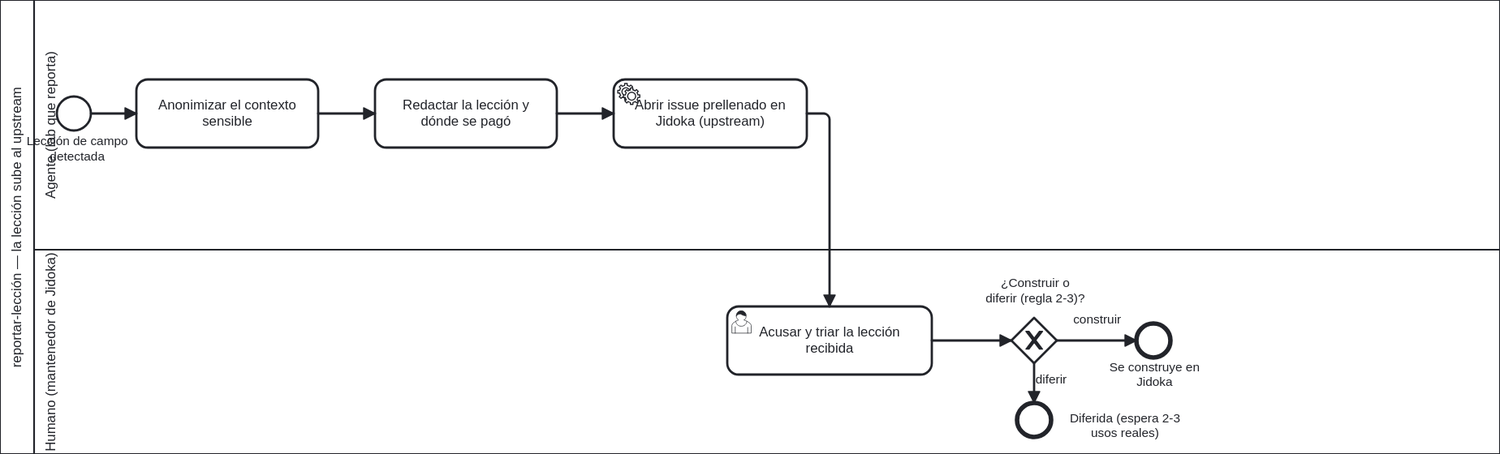
The BPMN diagram docs/atlas/render/44-reportar-leccion-as-is.svg in ArmandoMedina/jidoka, before a commit. Its source is kept beside it as docs/atlas/40-lazo-motor/44-reportar-leccion-as-is.bpmn. Ids are renumbered.
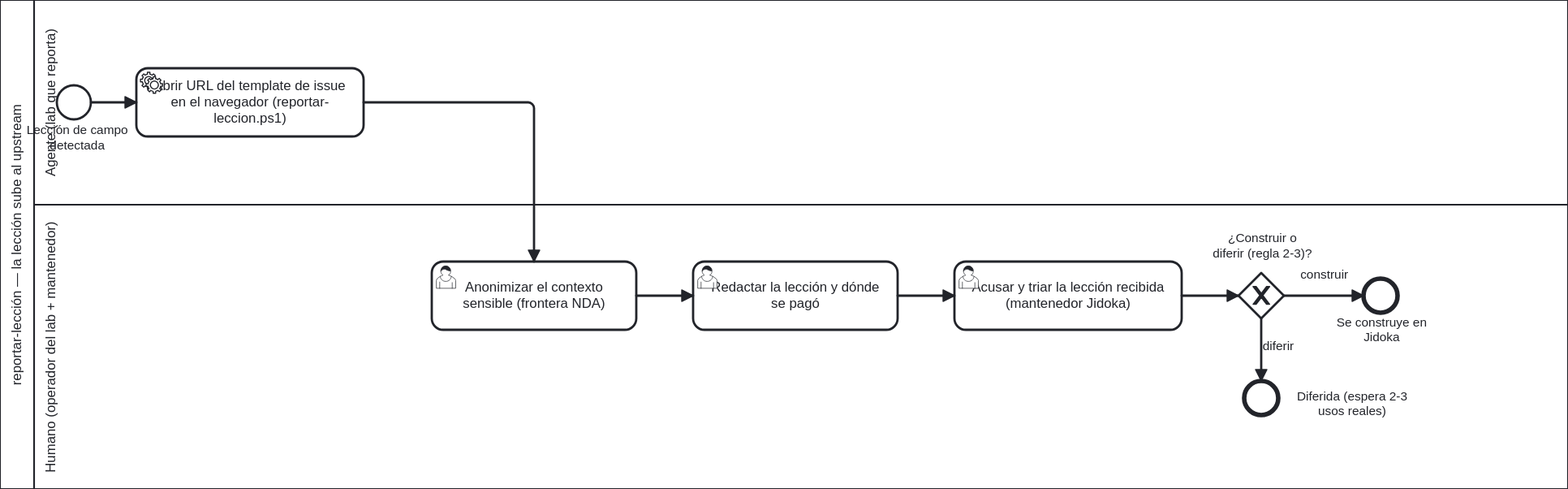
The same file after the commit.

What changed in the source:
```diff
@@ -3,15 +3,15 @@
     <bpmn:participant id="Pool_Leccion" name="reportar-lección — la lección sube al upstream" processRef="Process_ReportarLeccion"/>
   </bpmn:collaboration>
   <bpmn:process id="Process_ReportarLeccion" name="reportar-lección: el lab reporta, el mantenedor decide" isExecutable="false">
-    <bpmn:documentation>Fuente: tools/reportar-leccion.ps1. Carriles: el Agente del lab anonimiza y abre el issue; el Humano mantenedor de Jidoka decide construir o diferir por regla 2-3.</bpmn:documentation>
+    <bpmn:documentation>Fuente: tools/reportar-leccion.ps1. El script SOLO abre la URL del template de issue en el navegador; el Humano hace la escritura (anonimizar, redactar, enviar). El Agente NO redacta ni anonimiza automaticamente.</bpmn:documentation>
     <bpmn:laneSet id="LaneSet_Leccion">
       <bpmn:lane id="Lane_Agente" name="Agente (lab que reporta)">
         <bpmn:flowNodeRef>Start</bpmn:flowNodeRef>
-        <bpmn:flowNodeRef>T_Anonimizar</bpmn:flowNodeRef>
-        <bpmn:flowNodeRef>T_Redactar</bpmn:flowNodeRef>
         <bpmn:flowNodeRef>T_Abrir</bpmn:flowNodeRef>
       </bpmn:lane>
-      <bpmn:lane id="Lane_Humano" name="Humano (mantenedor de Jidoka)">
+      <bpmn:lane id="Lane_Humano" name="Humano (operador del lab + mantenedor)">
+        <bpmn:flowNodeRef>U_Anonimizar</bpmn:flowNodeRef>
+        <bpmn:flowNodeRef>U_Redactar</bpmn:flowNodeRef>
         <bpmn:flowNodeRef>U_Acusar</bpmn:flowNodeRef>
         <bpmn:flowNodeRef>Gw_Acuse</bpmn:flowNodeRef>
         <bpmn:flowNodeRef>End_Construir</bpmn:flowNodeRef>
@@ -21,20 +21,21 @@
     <bpmn:startEvent id="Start" name="Lección de campo detectada">
       <bpmn:outgoing>f1</bpmn:outgoing>
     </bpmn:startEvent>
-    <bpmn:task id="T_Anonimizar" name="Anonimizar el contexto sensible">
+    <bpmn:serviceTask id="T_Abrir" name="Abrir URL del template de issue en el navegador (reportar-leccion.ps1)">
+      <bpmn:documentation>El script solo llama Start-Process con la URL prellenada. El humano hace todo lo demas (anonimizar, redactar, enviar).</bpmn:documentation>
       <bpmn:incoming>f1</bpmn:incoming>
       <bpmn:outgoing>f2</bpmn:outgoing>
-    </bpmn:task>
-    <bpmn:task id="T_Redactar" name="Redactar la lección y dónde se pagó">
+    </bpmn:serviceTask>
+    <bpmn:userTask id="U_Anonimizar" name="Anonimizar el contexto sensible (frontera NDA)">
       <bpmn:incoming>f2</bpmn:incoming>
       <bpmn:outgoing>f3</bpmn:outgoing>
-    </bpmn:task>
-    <bpmn:serviceTask id="T_Abrir" name="Abrir issue prellenado en Jidoka (upstream)">
+    </bpmn:userTask>
+    <bpmn:userTask id="U_Redactar" name="Redactar la lección y dónde se pagó">
       <bpmn:incoming>f3</bpmn:incoming>
-      <bpmn:outgoing>f_abrir_ac</bpmn:outgoing>
-    </bpmn:serviceTask>
-    <bpmn:userTask id="U_Acusar" name="Acusar y triar la lección recibida">
-      <bpmn:incoming>f_abrir_ac</bpmn:incoming>
+      <bpmn:outgoing>f4</bpmn:outgoing>
+    </bpmn:userTask>
+    <bpmn:userTask id="U_Acusar" name="Acusar y triar la lección recibida (mantenedor Jidoka)">
+      <bpmn:incoming>f4</bpmn:incoming>
       <bpmn:outgoing>f_ac_gw</bpmn:outgoing>
     </bpmn:userTask>
     <bpmn:exclusiveGateway id="Gw_Acuse" name="¿Construir o diferir (regla 2-3)?">
@@ -48,10 +49,10 @@
     <bpmn:endEvent id="End_Diferir" name="Diferida (espera 2-3 usos reales)">
       <bpmn:incoming>f_diferir</bpmn:incoming>
     </bpmn:endEvent>
-    <bpmn:sequenceFlow id="f1" sourceRef="Start" targetRef="T_Anonimizar"/>
-    <bpmn:sequenceFlow id="f2" sourceRef="T_Anonimizar" targetRef="T_Redactar"/>
-    <bpmn:sequenceFlow id="f3" sourceRef="T_Redactar" targetRef="T_Abrir"/>
-    <bpmn:sequenceFlow id="f_abrir_ac" sourceRef="T_Abrir" targetRef="U_Acusar"/>
+    <bpmn:sequenceFlow id="f1" sourceRef="Start" targetRef="T_Abrir"/>
+    <bpmn:sequenceFlow id="f2" sourceRef="T_Abrir" targetRef="U_Anonimizar"/>
+    <bpmn:sequenceFlow id="f3" sourceRef="U_Anonimizar" targetRef="U_Redactar"/>
+    <bpmn:sequenceFlow id="f4" sourceRef="U_Redactar" targetRef="U_Acusar"/>
     <bpmn:sequenceFlow id="f_ac_gw" sourceRef="U_Acusar" targetRef="Gw_Acuse"/>
     <bpmn:sequenceFlow id="f_construir" name="construir" sourceRef="Gw_Acuse" targetRef="End_Construir"/>
     <bpmn:sequenceFlow id="f_diferir" name="diferir" sourceRef="Gw_Acuse" targetRef="End_Diferir"/>
@@ -59,70 +60,70 @@
   <bpmndi:BPMNDiagram id="Diagram_44_Leccion">
     <bpmndi:BPMNPlane id="Plane_44_Leccion" bpmnElement="Collab_Leccion">
       <bpmndi:BPMNShape id="S_Pool" bpmnElement="Pool_Leccion" isHorizontal="true">
-        <dc:Bounds x="160" y="80" width="1320" height="400"/>
+        <dc:Bounds x="160" y="80" width="1380" height="430"/>
       </bpmndi:BPMNShape>
       <bpmndi:BPMNShape id="S_LaneA" bpmnElement="Lane_Agente" isHorizontal="true">
-        <dc:Bounds x="190" y="80" width="1290" height="220"/>
+        <dc:Bounds x="190" y="80" width="1350" height="180"/>
       </bpmndi:BPMNShape>
       <bpmndi:BPMNShape id="S_LaneH" bpmnElement="Lane_Humano" isHorizontal="true">
-        <dc:Bounds x="190" y="300" width="1290" height="180"/>
+        <dc:Bounds x="190" y="260" width="1350" height="250"/>
       </bpmndi:BPMNShape>
       <bpmndi:BPMNShape id="S_Start" bpmnElement="Start">
-        <dc:Bounds x="210" y="165" width="30" height="30"/>
-        <bpmndi:BPMNLabel><dc:Bounds x="186" y="198" width="84" height="27"/></bpmndi:BPMNLabel>
-      </bpmndi:BPMNShape>
-      <bpmndi:BPMNShape id="S_TAnonimizar" bpmnElement="T_Anonimizar">
-        <dc:Bounds x="280" y="150" width="160" height="60"/>
-      </bpmndi:BPMNShape>
-      <bpmndi:BPMNShape id="S_TRedactar" bpmnElement="T_Redactar">
-        <dc:Bounds x="490" y="150" width="160" height="60"/>
+        <dc:Bounds x="210" y="155" width="30" height="30"/>
+        <bpmndi:BPMNLabel><dc:Bounds x="186" y="188" width="84" height="27"/></bpmndi:BPMNLabel>
       </bpmndi:BPMNShape>
       <bpmndi:BPMNShape id="S_TAbrir" bpmnElement="T_Abrir">
-        <dc:Bounds x="700" y="150" width="170" height="60"/>
+        <dc:Bounds x="280" y="140" width="200" height="60"/>
+      </bpmndi:BPMNShape>
+      <bpmndi:BPMNShape id="S_UAnonimizar" bpmnElement="U_Anonimizar">
+        <dc:Bounds x="540" y="310" width="180" height="60"/>
+      </bpmndi:BPMNShape>
+      <bpmndi:BPMNShape id="S_URedactar" bpmnElement="U_Redactar">
+        <dc:Bounds x="770" y="310" width="180" height="60"/>
       </bpmndi:BPMNShape>
       <bpmndi:BPMNShape id="S_UAcusar" bpmnElement="U_Acusar">
-        <dc:Bounds x="800" y="350" width="180" height="60"/>
+        <dc:Bounds x="1000" y="310" width="200" height="60"/>
       </bpmndi:BPMNShape>
       <bpmndi:BPMNShape id="S_GwAcuse" bpmnElement="Gw_Acuse" isMarkerVisible="true">
-        <dc:Bounds x="1050" y="360" width="40" height="40"/>
-        <bpmndi:BPMNLabel><dc:Bounds x="1035" y="323" width="72" height="27"/></bpmndi:BPMNLabel>
+        <dc:Bounds x="1250" y="320" width="40" height="40"/>
+        <bpmndi:BPMNLabel><dc:Bounds x="1235" y="283" width="72" height="27"/></bpmndi:BPMNLabel>
       </bpmndi:BPMNShape>
       <bpmndi:BPMNShape id="S_EndConstruir" bpmnElement="End_Construir">
-        <dc:Bounds x="1160" y="365" width="30" height="30"/>
-        <bpmndi:BPMNLabel><dc:Bounds x="1140" y="397" width="72" height="27"/></bpmndi:BPMNLabel>
+        <dc:Bounds x="1360" y="325" width="30" height="30"/>
+        <bpmndi:BPMNLabel><dc:Bounds x="1340" y="357" width="72" height="27"/></bpmndi:BPMNLabel>
       </bpmndi:BPMNShape>
       <bpmndi:BPMNShape id="S_EndDiferir" bpmnElement="End_Diferir">
-        <dc:Bounds x="1055" y="435" width="30" height="30"/>
-        <bpmndi:BPMNLabel><dc:Bounds x="1090" y="442" width="120" height="14"/></bpmndi:BPMNLabel>
+        <dc:Bounds x="1255" y="415" width="30" height="30"/>
+        <bpmndi:BPMNLabel><dc:Bounds x="1290" y="422" width="120" height="14"/></bpmndi:BPMNLabel>
       </bpmndi:BPMNShape>
       <bpmndi:BPMNEdge id="E_f1" bpmnElement="f1">
-        <di:waypoint x="240" y="180"/>
-        <di:waypoint x="280" y="180"/>
+        <di:waypoint x="240" y="170"/>
+        <di:waypoint x="280" y="170"/>
       </bpmndi:BPMNEdge>
       <bpmndi:BPMNEdge id="E_f2" bpmnElement="f2">
-        <di:waypoint x="440" y="180"/>
-        <di:waypoint x="490" y="180"/>
+        <di:waypoint x="480" y="170"/>
+        <di:waypoint x="630" y="170"/>
+        <di:waypoint x="630" y="310"/>
       </bpmndi:BPMNEdge>
       <bpmndi:BPMNEdge id="E_f3" bpmnElement="f3">
-        <di:waypoint x="650" y="180"/>
-        <di:waypoint x="700" y="180"/>
+        <di:waypoint x="720" y="340"/>
+        <di:waypoint x="770" y="340"/>
       </bpmndi:BPMNEdge>
-      <bpmndi:BPMNEdge id="E_f_abrir_ac" bpmnElement="f_abrir_ac">
-        <di:waypoint x="870" y="180"/>
-        <di:waypoint x="890" y="180"/>
-        <di:waypoint x="890" y="350"/>
+      <bpmndi:BPMNEdge id="E_f4" bpmnElement="f4">
+        <di:waypoint x="950" y="340"/>
+        <di:waypoint x="1000" y="340"/>
       </bpmndi:BPMNEdge>
       <bpmndi:BPMNEdge id="E_f_ac_gw" bpmnElement="f_ac_gw">
-        <di:waypoint x="980" y="380"/>
-        <di:waypoint x="1050" y="380"/>
+        <di:waypoint x="1200" y="340"/>
+        <di:waypoint x="1250" y="340"/>
       </bpmndi:BPMNEdge>
       <bpmndi:BPMNEdge id="E_f_construir" bpmnElement="f_construir">
-        <di:waypoint x="1090" y="380"/>
-        <di:waypoint x="1160" y="380"/>
+        <di:waypoint x="1290" y="340"/>
+        <di:waypoint x="1360" y="340"/>
       </bpmndi:BPMNEdge>
       <bpmndi:BPMNEdge id="E_f_diferir" bpmnElement="f_diferir">
-        <di:waypoint x="1070" y="400"/>
-        <di:waypoint x="1070" y="435"/>
+        <di:waypoint x="1270" y="360"/>
+        <di:waypoint x="1270" y="415"/>
       </bpmndi:BPMNEdge>
     </bpmndi:BPMNPlane>
   </bpmndi:BPMNDiagram>
```
